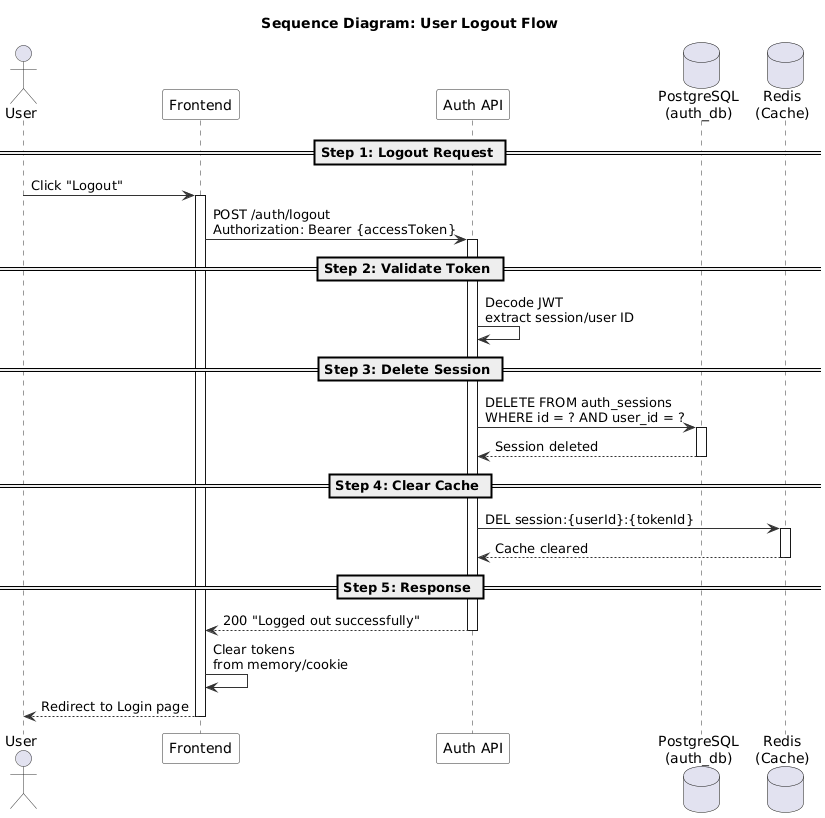
This is modules/dist/auth/images/sequence/logout-sequence.png from namnh240795/document, a PlantUML export, as it was before one commit.
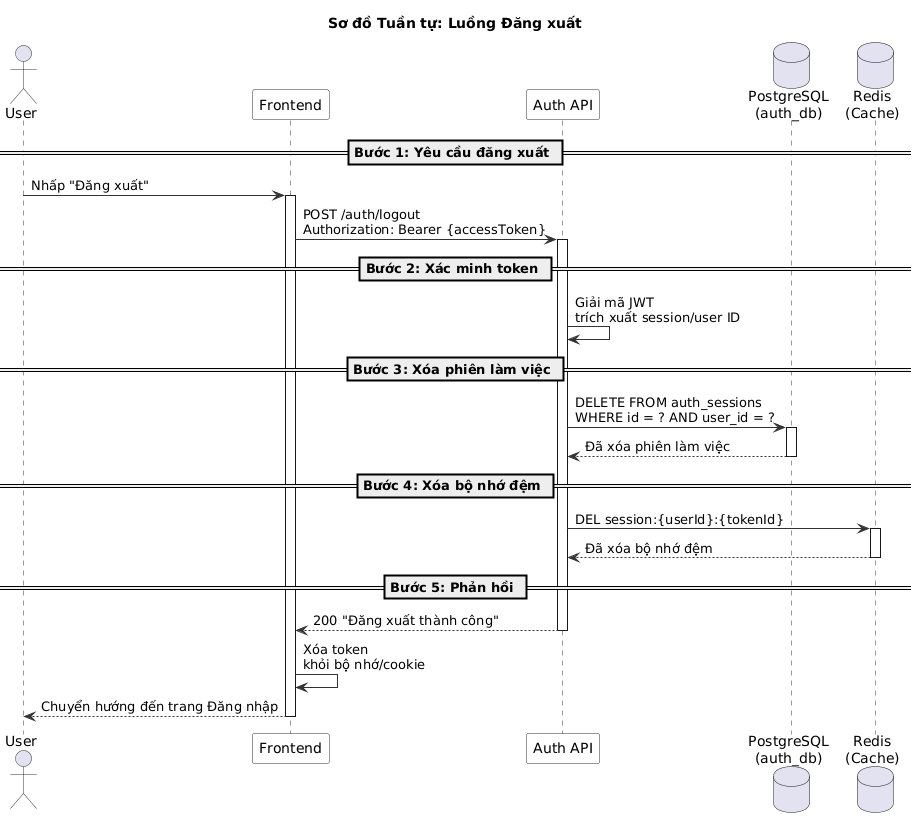
After the change.

What changed in the source:
```diff
@@ -8,7 +8,7 @@
   ParticipantBorderColor #333333
 }
 
-title Sequence Diagram: User Logout Flow
+title Sơ đồ Tuần tự: Luồng Đăng xuất
 
 actor User
 participant "Frontend" as FE
@@ -16,40 +16,40 @@
 database "PostgreSQL\n(auth_db)" as DB
 database "Redis\n(Cache)" as Redis
 
-== Step 1: Logout Request ==
+== Bước 1: Yêu cầu đăng xuất ==
 
-User -> FE : Click "Logout"
+User -> FE : Nhấp "Đăng xuất"
 activate FE
 
 FE -> API : POST /auth/logout\nAuthorization: Bearer {accessToken}
 activate API
 
-== Step 2: Validate Token ==
+== Bước 2: Xác minh token ==
 
-API -> API : Decode JWT\nextract session/user ID
+API -> API : Giải mã JWT\ntrích xuất session/user ID
 
-== Step 3: Delete Session ==
+== Bước 3: Xóa phiên làm việc ==
 
 API -> DB : DELETE FROM auth_sessions\nWHERE id = ? AND user_id = ?
 activate DB
-DB --> API : Session deleted
+DB --> API : Đã xóa phiên làm việc
 deactivate DB
 
-== Step 4: Clear Cache ==
+== Bước 4: Xóa bộ nhớ đệm ==
 
 API -> Redis : DEL session:{userId}:{tokenId}
 activate Redis
-Redis --> API : Cache cleared
+Redis --> API : Đã xóa bộ nhớ đệm
 deactivate Redis
 
-== Step 5: Response ==
+== Bước 5: Phản hồi ==
 
-API --> FE : 200 "Logged out successfully"
+API --> FE : 200 "Đăng xuất thành công"
 deactivate API
 
-FE -> FE : Clear tokens\nfrom memory/cookie
+FE -> FE : Xóa token\nkhỏi bộ nhớ/cookie
 
-FE --> User : Redirect to Login page
+FE --> User : Chuyển hướng đến trang Đăng nhập
 deactivate FE
 
 @enduml
```
